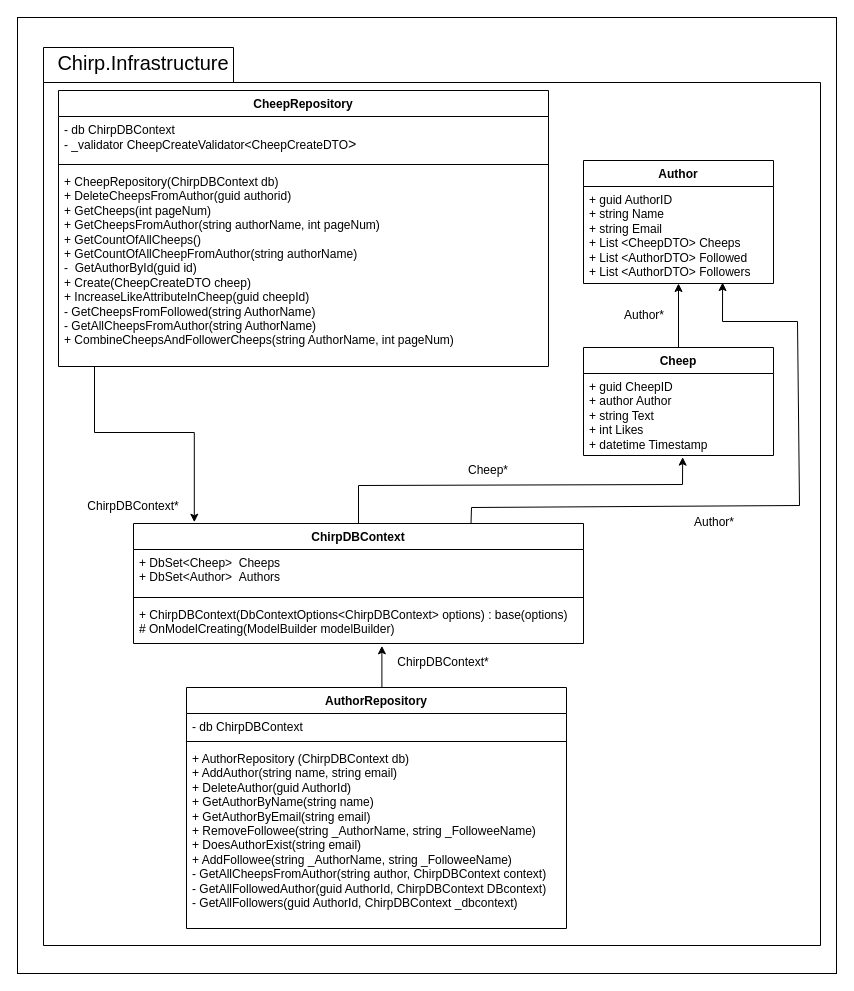
Above: Docs/Images/PackagesUMLClassDiagrams/PackageInfrastructureUMLDiagram.drawio in ITU-BDSA23-GROUP4/Chirp (draw.io), before the change. Source tidied: cells renumbered, new cells numbered last; positions are measured from the earlier drawing's top-left corner, leaving out a move shared by most shapes. Both pictures are drawn from the tidied source at 100%, with x=0, y=0 at pixel (17, 17).
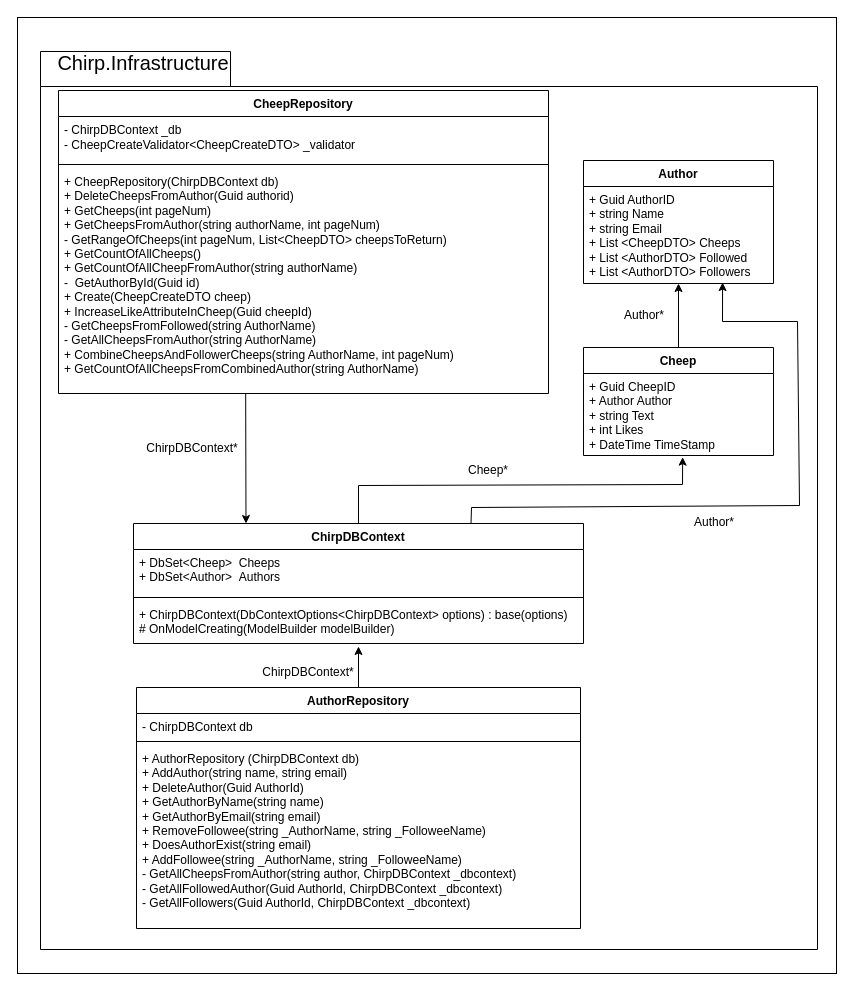
The same page after the edit.

Commit message (it also covers changes not shown here):
Added missing methods to the UML diagram

Unchanged cells that the change refers to:
```xml
<mxCell id="4" value="&lt;font color=&quot;#000000&quot;&gt;Author&lt;/font&gt;" style="swimlane;fontStyle=1;align=center;verticalAlign=top;horizontal=1;startSize=26;whiteSpace=wrap;html=1;fillColor=none;strokeColor=#000000;" parent="1" vertex="1">
  <mxGeometry x="566" y="143" width="190" height="123" as="geometry" />
</mxCell>
<mxCell id="7" value="&lt;font color=&quot;#000000&quot;&gt;Cheep&lt;/font&gt;" style="swimlane;fontStyle=1;align=center;verticalAlign=top;horizontal=1;startSize=26;whiteSpace=wrap;html=1;fillColor=none;strokeColor=#000000;" parent="1" vertex="1">
  <mxGeometry x="566" y="330" width="190" height="108" as="geometry" />
</mxCell>
<mxCell id="20" value="&lt;font color=&quot;#000000&quot;&gt;ChirpDBContext&lt;/font&gt;" style="swimlane;fontStyle=1;align=center;verticalAlign=top;horizontal=1;startSize=26;whiteSpace=wrap;html=1;strokeColor=#000000;fillColor=none;" parent="1" vertex="1">
  <mxGeometry x="116" y="506" width="450" height="120" as="geometry" />
</mxCell>
<mxCell id="23" value="&lt;font color=&quot;#000000&quot;&gt;+ ChirpDBContext(DbContextOptions&amp;lt;ChirpDBContext&amp;gt; options) : base(options)&lt;br&gt;# OnModelCreating(ModelBuilder modelBuilder)&lt;/font&gt;" style="text;strokeColor=none;fillColor=none;align=left;verticalAlign=top;spacingLeft=4;spacingRight=4;overflow=hidden;points=[[0,0.5],[1,0.5]];portConstraint=eastwest;whiteSpace=wrap;html=1;" parent="20" vertex="1">
  <mxGeometry y="78" width="450" height="42" as="geometry" />
</mxCell>
```

The edit, as a diff of the source:
```diff
@@
     <mxCell id="3" style="shape=folder;fontStyle=1;spacingTop=10;tabWidth=190;tabHeight=35;tabPosition=left;html=1;strokeColor=#000000;fillColor=none;" parent="1" vertex="1">
-      <mxGeometry x="26" y="30" width="777" height="898" as="geometry" />
+      <mxGeometry x="23" y="34" width="777" height="898" as="geometry" />
     </mxCell>
@@
-    <mxCell id="5" value="&lt;font color=&quot;#000000&quot;&gt;+ guid AuthorID&lt;br style=&quot;border-color: var(--border-color);&quot;&gt;+ string Name&lt;br style=&quot;border-color: var(--border-color);&quot;&gt;+ string Email&lt;br style=&quot;border-color: var(--border-color);&quot;&gt;+ List &amp;lt;CheepDTO&amp;gt; Cheeps&lt;br&gt;+ List &amp;lt;AuthorDTO&amp;gt; Followed&lt;br&gt;+ List &amp;lt;AuthorDTO&amp;gt; Followers&lt;br&gt;&lt;/font&gt;" style="text;strokeColor=none;fillColor=none;align=left;verticalAlign=top;spacingLeft=4;spacingRight=4;overflow=hidden;points=[[0,0.5],[1,0.5]];portConstraint=eastwest;whiteSpace=wrap;html=1;" parent="4" vertex="1">
+    <mxCell id="5" value="&lt;font color=&quot;#000000&quot;&gt;+ Guid AuthorID&lt;br style=&quot;border-color: var(--border-color);&quot;&gt;+ string Name&lt;br style=&quot;border-color: var(--border-color);&quot;&gt;+ string Email&lt;br style=&quot;border-color: var(--border-color);&quot;&gt;+ List &amp;lt;CheepDTO&amp;gt; Cheeps&lt;br&gt;+ List &amp;lt;AuthorDTO&amp;gt; Followed&lt;br&gt;+ List &amp;lt;AuthorDTO&amp;gt; Followers&lt;br&gt;&lt;/font&gt;" style="text;strokeColor=none;fillColor=none;align=left;verticalAlign=top;spacingLeft=4;spacingRight=4;overflow=hidden;points=[[0,0.5],[1,0.5]];portConstraint=eastwest;whiteSpace=wrap;html=1;" parent="4" vertex="1">
       <mxGeometry y="26" width="190" height="97" as="geometry" />
     </mxCell>
@@
-    <mxCell id="8" value="&lt;font color=&quot;#000000&quot;&gt;+ guid CheepID&lt;br&gt;+ author Author&lt;br&gt;+ string Text&lt;br&gt;+ int Likes&lt;br&gt;+ datetime Timestamp&lt;/font&gt;" style="text;strokeColor=none;fillColor=none;align=left;verticalAlign=top;spacingLeft=4;spacingRight=4;overflow=hidden;points=[[0,0.5],[1,0.5]];portConstraint=eastwest;whiteSpace=wrap;html=1;" parent="7" vertex="1">
+    <mxCell id="8" value="&lt;font color=&quot;#000000&quot;&gt;+ Guid CheepID&lt;br&gt;+ Author Author&lt;br&gt;+ string Text&lt;br&gt;+ int Likes&lt;br&gt;+ DateTime TimeStamp&lt;/font&gt;" style="text;strokeColor=none;fillColor=none;align=left;verticalAlign=top;spacingLeft=4;spacingRight=4;overflow=hidden;points=[[0,0.5],[1,0.5]];portConstraint=eastwest;whiteSpace=wrap;html=1;" parent="7" vertex="1">
       <mxGeometry y="26" width="190" height="82" as="geometry" />
     </mxCell>
-    <mxCell id="9" style="edgeStyle=orthogonalEdgeStyle;rounded=0;jettySize=auto;html=1;entryX=0.552;entryY=1.056;entryDx=0;entryDy=0;entryPerimeter=0;strokeColor=#000000;" parent="1" edge="1" source="10" target="23">
-      <mxGeometry relative="1" as="geometry">
-        <Array as="points">
-          <mxPoint x="346" y="698" />
-          <mxPoint x="364" y="698" />
-        </Array>
-      </mxGeometry>
+    <mxCell id="9" style="edgeStyle=none;html=1;exitX=0.5;exitY=0;exitDx=0;exitDy=0;entryX=0.5;entryY=1.071;entryDx=0;entryDy=0;entryPerimeter=0;strokeColor=#000000;" parent="1" edge="1" source="10" target="23">
+      <mxGeometry relative="1" as="geometry" />
     </mxCell>
     <mxCell id="10" value="&lt;font color=&quot;#000000&quot;&gt;AuthorRepository&lt;/font&gt;" style="swimlane;fontStyle=1;align=center;verticalAlign=top;horizontal=1;startSize=26;whiteSpace=wrap;html=1;strokeColor=#000000;fillColor=none;" parent="1" vertex="1">
-      <mxGeometry x="169" y="670" width="380" height="241" as="geometry" />
+      <mxGeometry x="119" y="670" width="444" height="241" as="geometry" />
     </mxCell>
-    <mxCell id="11" value="&lt;font color=&quot;#000000&quot;&gt;- db&amp;nbsp;ChirpDBContext&lt;/font&gt;" style="text;strokeColor=none;fillColor=none;align=left;verticalAlign=top;spacingLeft=4;spacingRight=4;overflow=hidden;whiteSpace=wrap;html=1;" parent="10" vertex="1">
-      <mxGeometry y="26" width="380" height="24" as="geometry" />
+    <mxCell id="11" value="&lt;font color=&quot;#000000&quot;&gt;- ChirpDBContext db&lt;/font&gt;" style="text;strokeColor=none;fillColor=none;align=left;verticalAlign=top;spacingLeft=4;spacingRight=4;overflow=hidden;whiteSpace=wrap;html=1;" parent="10" vertex="1">
+      <mxGeometry y="26" width="444" height="24" as="geometry" />
     </mxCell>
     <mxCell id="12" style="line;strokeWidth=1;fillColor=none;align=left;verticalAlign=middle;spacingTop=-1;spacingLeft=3;spacingRight=3;labelPosition=right;strokeColor=inherit;" parent="10" vertex="1">
-      <mxGeometry y="50" width="380" height="8" as="geometry" />
+      <mxGeometry y="50" width="444" height="8" as="geometry" />
     </mxCell>
-    <mxCell id="13" value="&lt;font color=&quot;#000000&quot;&gt;+ AuthorRepository (ChirpDBContext db)&lt;br&gt;+ AddAuthor(string name, string email)&lt;br&gt;&lt;/font&gt;&lt;span style=&quot;color: rgb(0, 0, 0);&quot;&gt;+ DeleteAuthor(guid AuthorId)&lt;/span&gt;&lt;font color=&quot;#000000&quot;&gt;&lt;br&gt;+ GetAuthorByName(string name)&lt;br&gt;+ GetAuthorByEmail(string email)&lt;br&gt;+ RemoveFollowee(string _AuthorName, string _FolloweeName)&lt;br&gt;+ DoesAuthorExist(string email)&lt;br&gt;+ AddFollowee(string _AuthorName, string _FolloweeName)&lt;br&gt;- GetAllCheepsFromAuthor(string author, ChirpDBContext context)&lt;br&gt;- GetAllFollowedAuthor(guid AuthorId, ChirpDBContext DBcontext)&lt;br&gt;- GetAllFollowers(guid AuthorId, ChirpDBContext _dbcontext)&lt;br&gt;&lt;/font&gt;" style="text;strokeColor=none;fillColor=none;align=left;verticalAlign=top;spacingLeft=4;spacingRight=4;overflow=hidden;whiteSpace=wrap;html=1;" parent="10" vertex="1">
-      <mxGeometry y="58" width="380" height="183" as="geometry" />
+    <mxCell id="13" value="&lt;font color=&quot;#000000&quot;&gt;+ AuthorRepository (ChirpDBContext db)&lt;br&gt;+ AddAuthor(string name, string email)&lt;br&gt;&lt;/font&gt;&lt;span style=&quot;color: rgb(0, 0, 0);&quot;&gt;+ DeleteAuthor(Guid AuthorId)&lt;/span&gt;&lt;font color=&quot;#000000&quot;&gt;&lt;br&gt;+ GetAuthorByName(string name)&lt;br&gt;+ GetAuthorByEmail(string email)&lt;br&gt;+ RemoveFollowee(string _AuthorName, string _FolloweeName)&lt;br&gt;+ DoesAuthorExist(string email)&lt;br&gt;+ AddFollowee(string _AuthorName, string _FolloweeName)&lt;br&gt;- GetAllCheepsFromAuthor(string author, ChirpDBContext _dbcontext)&lt;br&gt;- GetAllFollowedAuthor(Guid AuthorId, ChirpDBContext _dbcontext)&lt;br&gt;- GetAllFollowers(Guid AuthorId, ChirpDBContext _dbcontext)&lt;br&gt;&lt;/font&gt;" style="text;strokeColor=none;fillColor=none;align=left;verticalAlign=top;spacingLeft=4;spacingRight=4;overflow=hidden;whiteSpace=wrap;html=1;" parent="10" vertex="1">
+      <mxGeometry y="58" width="444" height="183" as="geometry" />
     </mxCell>
+    <mxCell id="31" style="edgeStyle=none;html=1;entryX=0.25;entryY=0;entryDx=0;entryDy=0;strokeColor=#000000;exitX=0.382;exitY=1.001;exitDx=0;exitDy=0;exitPerimeter=0;" parent="1" edge="1" source="17" target="20">
+      <mxGeometry relative="1" as="geometry" />
+    </mxCell>
     <mxCell id="14" value="&lt;font color=&quot;#000000&quot;&gt;CheepRepository&lt;/font&gt;" style="swimlane;fontStyle=1;align=center;verticalAlign=top;horizontal=1;startSize=26;whiteSpace=wrap;html=1;strokeColor=#000000;fillColor=none;" parent="1" vertex="1">
-      <mxGeometry x="41" y="73" width="490" height="276" as="geometry" />
+      <mxGeometry x="41" y="73" width="490" height="303" as="geometry" />
     </mxCell>
-    <mxCell id="15" value="&lt;font color=&quot;#000000&quot;&gt;- db ChirpDBContext&lt;br&gt;- _validator CheepCreateValidator&amp;lt;&lt;font style=&quot;font-size: 12px;&quot;&gt;CheepCreateDTO&lt;/font&gt;&lt;span style=&quot;font-family: Consolas, &amp;quot;Courier New&amp;quot;, monospace; font-size: 14px;&quot;&gt;&amp;gt;&lt;/span&gt;&lt;/font&gt;" style="text;strokeColor=none;fillColor=none;align=left;verticalAlign=top;spacingLeft=4;spacingRight=4;overflow=hidden;whiteSpace=wrap;html=1;" parent="14" vertex="1">
+    <mxCell id="15" value="&lt;font color=&quot;#000000&quot;&gt;- ChirpDBContext _db&lt;br&gt;- CheepCreateValidator&amp;lt;&lt;font style=&quot;font-size: 12px;&quot;&gt;CheepCreateDTO&amp;gt; _validator&lt;/font&gt;&lt;span style=&quot;font-family: Consolas, &amp;quot;Courier New&amp;quot;, monospace; font-size: 14px;&quot;&gt;&amp;nbsp;&lt;/span&gt;&lt;/font&gt;" style="text;strokeColor=none;fillColor=none;align=left;verticalAlign=top;spacingLeft=4;spacingRight=4;overflow=hidden;whiteSpace=wrap;html=1;" parent="14" vertex="1">
       <mxGeometry y="26" width="490" height="44" as="geometry" />
     </mxCell>
@@
-    <mxCell id="17" value="&lt;font color=&quot;#000000&quot;&gt;&lt;font style=&quot;font-size: 12px;&quot;&gt;+&amp;nbsp;CheepRepository(ChirpDBContext db)&lt;/font&gt;&lt;br&gt;+ DeleteCheepsFromAuthor(guid authorid)&lt;br&gt;+ GetCheeps(int pageNum)&lt;br&gt;+ GetCheepsFromAuthor(string authorName, int pageNum)&lt;br&gt;+ GetCountOfAllCheeps()&lt;br&gt;+ GetCountOfAllCheepFromAuthor(string authorName)&lt;br&gt;-&amp;nbsp; GetAuthorById(guid id)&lt;br&gt;+ Create(CheepCreateDTO cheep)&lt;br&gt;+ IncreaseLikeAttributeInCheep(guid cheepId)&lt;br&gt;- GetCheepsFromFollowed(string AuthorName)&lt;br&gt;- GetAllCheepsFromAuthor(string AuthorName)&lt;br&gt;+ CombineCheepsAndFollowerCheeps(string AuthorName, int pageNum)&lt;br&gt;&lt;/font&gt;" style="text;strokeColor=none;fillColor=none;align=left;verticalAlign=top;spacingLeft=4;spacingRight=4;overflow=hidden;points=[[0,0.5],[1,0.5]];portConstraint=eastwest;whiteSpace=wrap;html=1;" parent="14" vertex="1">
-      <mxGeometry y="78" width="490" height="198" as="geometry" />
+    <mxCell id="17" value="&lt;font color=&quot;#000000&quot;&gt;&lt;font style=&quot;font-size: 12px;&quot;&gt;+&amp;nbsp;CheepRepository(ChirpDBContext db)&lt;/font&gt;&lt;br&gt;+ DeleteCheepsFromAuthor(Guid authorid)&lt;br&gt;+ GetCheeps(int pageNum)&lt;br&gt;+ GetCheepsFromAuthor(string authorName, int pageNum)&lt;br&gt;- GetRangeOfCheeps(int pageNum, List&amp;lt;CheepDTO&amp;gt; cheepsToReturn)&lt;br&gt;+ GetCountOfAllCheeps()&lt;br&gt;+ GetCountOfAllCheepFromAuthor(string authorName)&lt;br&gt;-&amp;nbsp; GetAuthorById(Guid id)&lt;br&gt;+ Create(CheepCreateDTO cheep)&lt;br&gt;+ IncreaseLikeAttributeInCheep(Guid cheepId)&lt;br&gt;- GetCheepsFromFollowed(string AuthorName)&lt;br&gt;- GetAllCheepsFromAuthor(string AuthorName)&lt;br&gt;+ CombineCheepsAndFollowerCheeps(string AuthorName, int pageNum)&lt;br&gt;+ GetCountOfAllCheepsFromCombinedAuthor(string AuthorName)&lt;br&gt;&lt;/font&gt;" style="text;strokeColor=none;fillColor=none;align=left;verticalAlign=top;spacingLeft=4;spacingRight=4;overflow=hidden;points=[[0,0.5],[1,0.5]];portConstraint=eastwest;whiteSpace=wrap;html=1;" parent="14" vertex="1">
+      <mxGeometry y="78" width="490" height="225" as="geometry" />
     </mxCell>
@@
-    <mxCell id="24" style="edgeStyle=orthogonalEdgeStyle;rounded=0;orthogonalLoop=1;jettySize=auto;html=1;entryX=0.133;entryY=-0.011;entryDx=0;entryDy=0;entryPerimeter=0;strokeColor=#000000;" parent="1" edge="1">
-      <mxGeometry relative="1" as="geometry">
-        <mxPoint x="77" y="349" as="sourcePoint" />
-        <mxPoint x="176.8" y="504.7" as="targetPoint" />
-        <Array as="points">
-          <mxPoint x="77" y="415" />
-          <mxPoint x="177" y="415" />
-        </Array>
-      </mxGeometry>
-    </mxCell>
@@
     <mxCell id="26" value="&lt;font color=&quot;#000000&quot;&gt;ChirpDBContext*&lt;/font&gt;" style="text;html=1;strokeColor=none;fillColor=none;align=center;verticalAlign=middle;whiteSpace=wrap;rounded=0;" parent="1" vertex="1">
-      <mxGeometry x="86" y="474" width="60" height="30" as="geometry" />
+      <mxGeometry x="145" y="416" width="60" height="30" as="geometry" />
     </mxCell>
@@
     <mxCell id="29" value="&lt;font color=&quot;#000000&quot;&gt;ChirpDBContext*&lt;/font&gt;" style="text;html=1;strokeColor=none;fillColor=none;align=center;verticalAlign=middle;whiteSpace=wrap;rounded=0;" parent="1" vertex="1">
-      <mxGeometry x="396" y="629.5" width="60" height="30" as="geometry" />
+      <mxGeometry x="261" y="640" width="60" height="30" as="geometry" />
     </mxCell>
```
